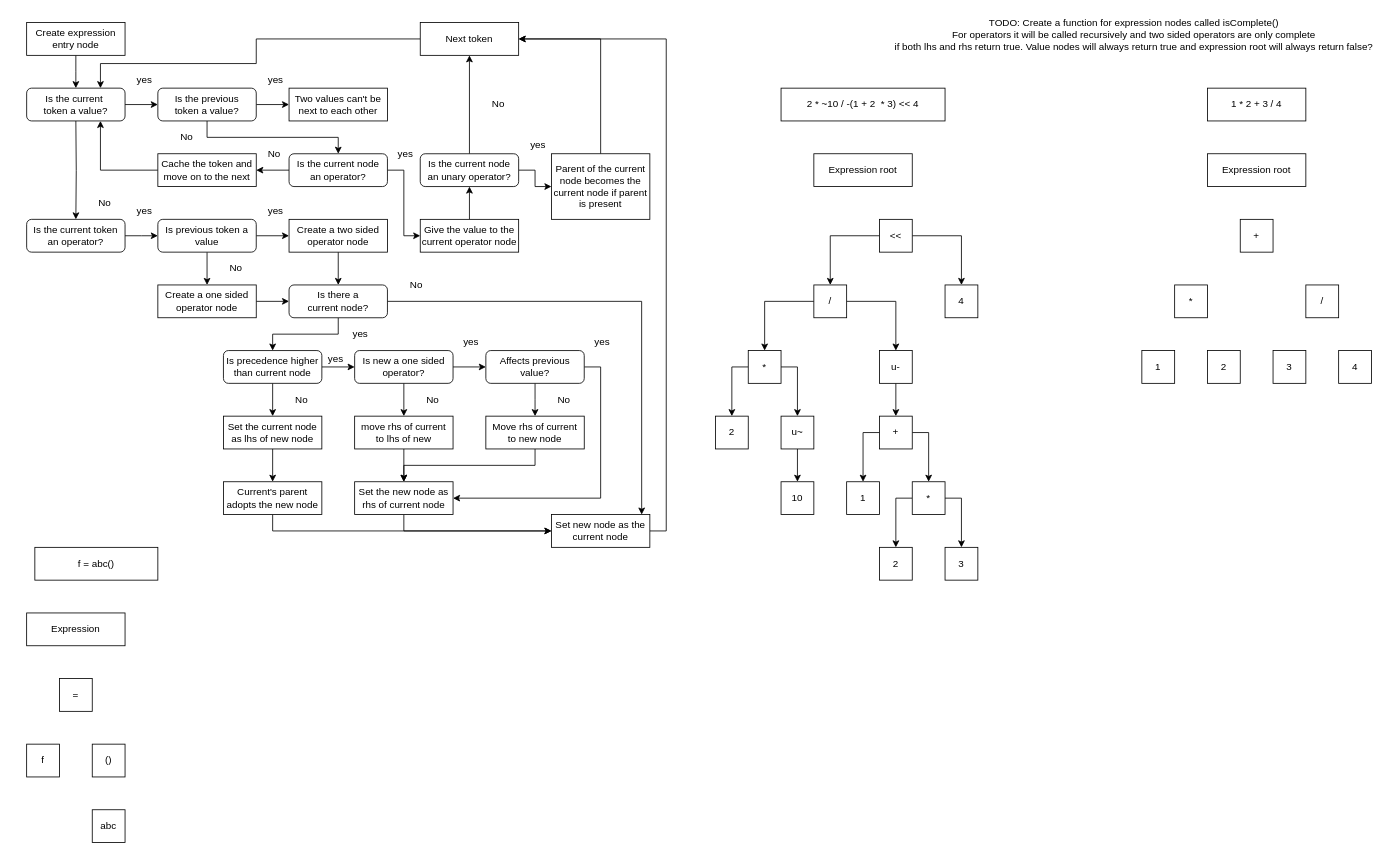
Before: docs/precedence.drawio in roopereku/caplang, a draw.io diagram. Source tidied: cells renumbered, new cells numbered last; positions are measured from the earlier drawing's top-left corner, leaving out a move shared by most shapes. Both pictures are drawn from the tidied source at 82%, with x=0, y=0 at pixel (26, 14).
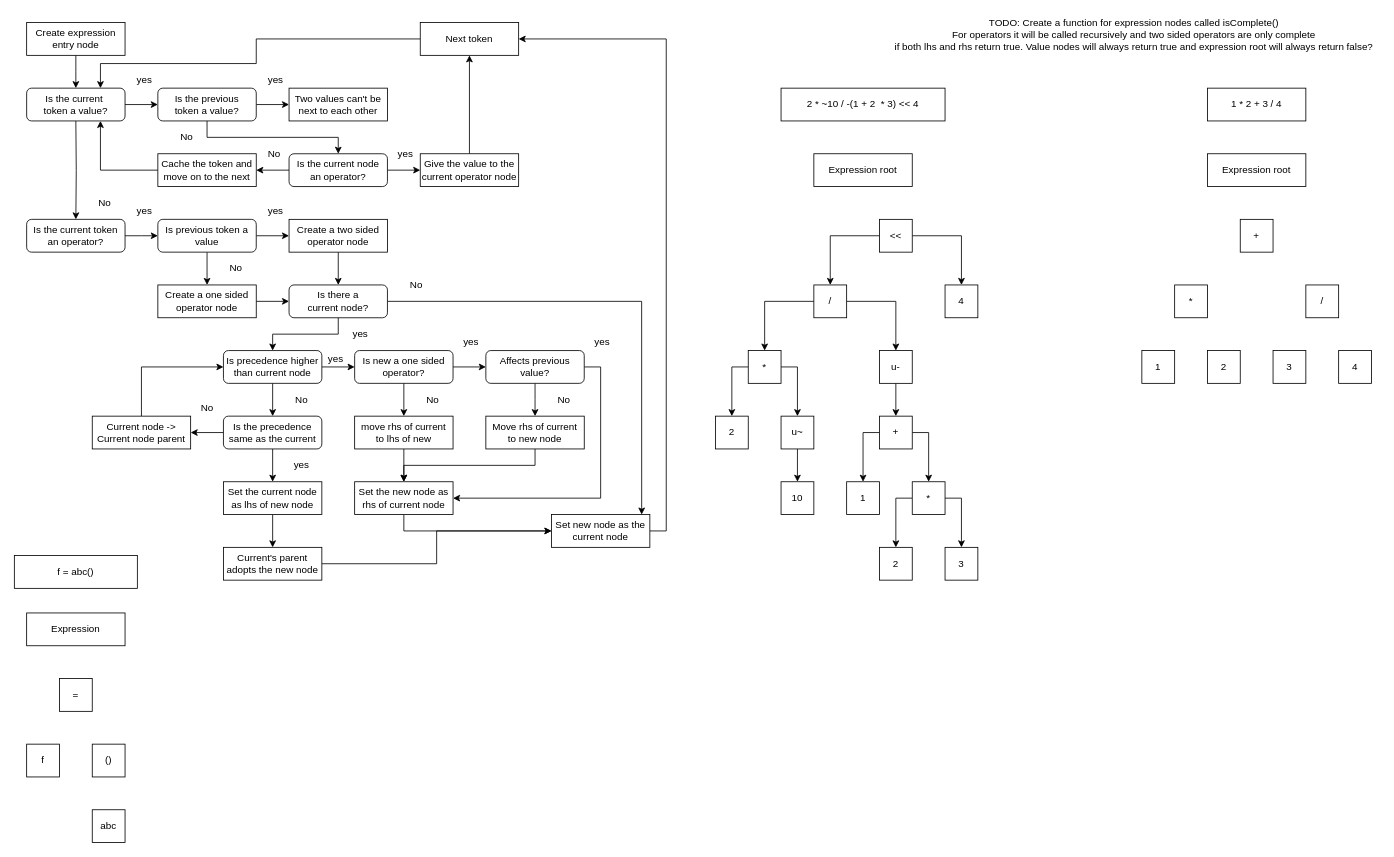
Above is the later version.

Commit message (it also covers changes not shown here):
Work on correct operator precedence

Unchanged cells that the change refers to:
```xml
<mxCell id="18" value="Set new node as the current node" style="whiteSpace=wrap;html=1;" parent="1" vertex="1">
  <mxGeometry x="640" y="610" width="120" height="40" as="geometry" />
</mxCell>
<mxCell id="39" value="Next token" style="whiteSpace=wrap;html=1;" parent="1" vertex="1">
  <mxGeometry x="480" y="10" width="120" height="40" as="geometry" />
</mxCell>
<mxCell id="42" value="Is precedence higher than current node" style="rounded=1;whiteSpace=wrap;html=1;" parent="1" vertex="1">
  <mxGeometry x="240" y="410" width="120" height="40" as="geometry" />
</mxCell>
```

The edit, as a diff of the source:
```diff
@@
-    <mxCell id="36" style="edgeStyle=orthogonalEdgeStyle;rounded=0;jettySize=auto;html=1;exitX=0.5;exitY=0;exitDx=0;exitDy=0;entryX=0.5;entryY=1;entryDx=0;entryDy=0;" parent="1" edge="1" source="37" target="103">
-      <mxGeometry relative="1" as="geometry" />
-    </mxCell>
+    <mxCell id="120" style="edgeStyle=orthogonalEdgeStyle;rounded=0;jettySize=auto;html=1;exitX=0.5;exitY=0;exitDx=0;exitDy=0;entryX=0.5;entryY=1;entryDx=0;entryDy=0;" parent="1" edge="1" source="37" target="39">
+      <mxGeometry relative="1" as="geometry" />
+    </mxCell>
     <mxCell id="37" value="Give the value to the current operator node" style="whiteSpace=wrap;html=1;" parent="1" vertex="1">
-      <mxGeometry x="480" y="250" width="120" height="40" as="geometry" />
+      <mxGeometry x="480" y="170" width="120" height="40" as="geometry" />
     </mxCell>
@@
-    <mxCell id="40" style="edgeStyle=orthogonalEdgeStyle;rounded=0;jettySize=auto;html=1;exitX=0.5;exitY=1;exitDx=0;exitDy=0;entryX=0.5;entryY=0;entryDx=0;entryDy=0;" parent="1" edge="1" source="42" target="48">
-      <mxGeometry relative="1" as="geometry" />
-    </mxCell>
@@
+    <mxCell id="121" style="edgeStyle=orthogonalEdgeStyle;rounded=0;jettySize=auto;html=1;exitX=0.5;exitY=1;exitDx=0;exitDy=0;entryX=0.5;entryY=0;entryDx=0;entryDy=0;" parent="1" edge="1" source="42" target="126">
+      <mxGeometry relative="1" as="geometry" />
+    </mxCell>
@@
     <mxCell id="48" value="Set the current node as lhs of new node" style="whiteSpace=wrap;html=1;" parent="1" vertex="1">
-      <mxGeometry x="240" y="490" width="120" height="40" as="geometry" />
+      <mxGeometry x="240" y="570" width="120" height="40" as="geometry" />
     </mxCell>
@@
-    <mxCell id="51" style="edgeStyle=orthogonalEdgeStyle;rounded=0;jettySize=auto;html=1;exitX=0.5;exitY=1;exitDx=0;exitDy=0;entryX=0;entryY=0.5;entryDx=0;entryDy=0;" parent="1" edge="1" source="52" target="18">
+    <mxCell id="51" style="edgeStyle=orthogonalEdgeStyle;rounded=0;jettySize=auto;html=1;exitX=1;exitY=0.5;exitDx=0;exitDy=0;entryX=0;entryY=0.5;entryDx=0;entryDy=0;" parent="1" edge="1" source="52" target="18">
       <mxGeometry relative="1" as="geometry" />
     </mxCell>
     <mxCell id="52" value="Current's parent adopts the new node" style="whiteSpace=wrap;html=1;" parent="1" vertex="1">
-      <mxGeometry x="240" y="570" width="120" height="40" as="geometry" />
+      <mxGeometry x="240" y="650" width="120" height="40" as="geometry" />
     </mxCell>
     <mxCell id="53" value="f = abc()" style="whiteSpace=wrap;html=1;" parent="1" vertex="1">
-      <mxGeometry x="10" y="650" width="150" height="40" as="geometry" />
+      <mxGeometry x="-15" y="660" width="150" height="40" as="geometry" />
     </mxCell>
@@
-    <mxCell id="101" style="edgeStyle=orthogonalEdgeStyle;rounded=0;jettySize=auto;html=1;exitX=0.5;exitY=0;exitDx=0;exitDy=0;entryX=0.5;entryY=1;entryDx=0;entryDy=0;" parent="1" edge="1" source="103" target="39">
-      <mxGeometry relative="1" as="geometry" />
-    </mxCell>
-    <mxCell id="102" style="edgeStyle=orthogonalEdgeStyle;rounded=0;jettySize=auto;html=1;exitX=1;exitY=0.5;exitDx=0;exitDy=0;entryX=0;entryY=0.5;entryDx=0;entryDy=0;" parent="1" edge="1" source="103" target="105">
-      <mxGeometry relative="1" as="geometry" />
-    </mxCell>
-    <mxCell id="103" value="Is the current node&lt;br&gt;an unary operator?" style="rounded=1;whiteSpace=wrap;html=1;" parent="1" vertex="1">
-      <mxGeometry x="480" y="170" width="120" height="40" as="geometry" />
-    </mxCell>
-    <mxCell id="104" style="edgeStyle=orthogonalEdgeStyle;rounded=0;jettySize=auto;html=1;exitX=0.5;exitY=0;exitDx=0;exitDy=0;entryX=1;entryY=0.5;entryDx=0;entryDy=0;" parent="1" edge="1" source="105" target="39">
-      <mxGeometry relative="1" as="geometry" />
-    </mxCell>
-    <mxCell id="105" value="Parent of the current node becomes the current node if parent is present" style="whiteSpace=wrap;html=1;" parent="1" vertex="1">
-      <mxGeometry x="640" y="170" width="120" height="80" as="geometry" />
-    </mxCell>
-    <mxCell id="106" value="No" style="text;html=1;align=center;verticalAlign=middle;strokeColor=none;fillColor=none;" parent="1" vertex="1">
-      <mxGeometry x="560" y="100" width="30" height="20" as="geometry" />
-    </mxCell>
-    <mxCell id="107" value="&amp;nbsp; yes" style="text;html=1;align=center;verticalAlign=middle;strokeColor=none;fillColor=none;" parent="1" vertex="1">
-      <mxGeometry x="600" y="150" width="40" height="20" as="geometry" />
-    </mxCell>
@@
+    <mxCell id="122" style="edgeStyle=orthogonalEdgeStyle;rounded=0;jettySize=auto;html=1;exitX=0.5;exitY=0;exitDx=0;exitDy=0;entryX=0;entryY=0.5;entryDx=0;entryDy=0;" parent="1" edge="1" source="123" target="42">
+      <mxGeometry relative="1" as="geometry" />
+    </mxCell>
+    <mxCell id="123" value="Current node -&amp;gt; Current node parent" style="whiteSpace=wrap;html=1;" parent="1" vertex="1">
+      <mxGeometry x="80" y="490" width="120" height="40" as="geometry" />
+    </mxCell>
+    <mxCell id="124" style="edgeStyle=orthogonalEdgeStyle;rounded=0;jettySize=auto;html=1;exitX=0.5;exitY=1;exitDx=0;exitDy=0;entryX=0.5;entryY=0;entryDx=0;entryDy=0;" parent="1" edge="1" source="126" target="48">
+      <mxGeometry relative="1" as="geometry" />
+    </mxCell>
+    <mxCell id="125" style="edgeStyle=orthogonalEdgeStyle;rounded=0;jettySize=auto;html=1;exitX=0;exitY=0.5;exitDx=0;exitDy=0;entryX=1;entryY=0.5;entryDx=0;entryDy=0;" parent="1" edge="1" source="126" target="123">
+      <mxGeometry relative="1" as="geometry" />
+    </mxCell>
+    <mxCell id="126" value="Is the precedence same as the current" style="rounded=1;whiteSpace=wrap;html=1;" parent="1" vertex="1">
+      <mxGeometry x="240" y="490" width="120" height="40" as="geometry" />
+    </mxCell>
+    <mxCell id="106" value="No" style="text;html=1;align=center;verticalAlign=middle;strokeColor=none;fillColor=none;" parent="1" vertex="1">
+      <mxGeometry x="205" y="470" width="30" height="20" as="geometry" />
+    </mxCell>
+    <mxCell id="107" value="yes" style="text;html=1;align=center;verticalAlign=middle;strokeColor=none;fillColor=none;" parent="1" vertex="1">
+      <mxGeometry x="320" y="540" width="30" height="20" as="geometry" />
+    </mxCell>
```
